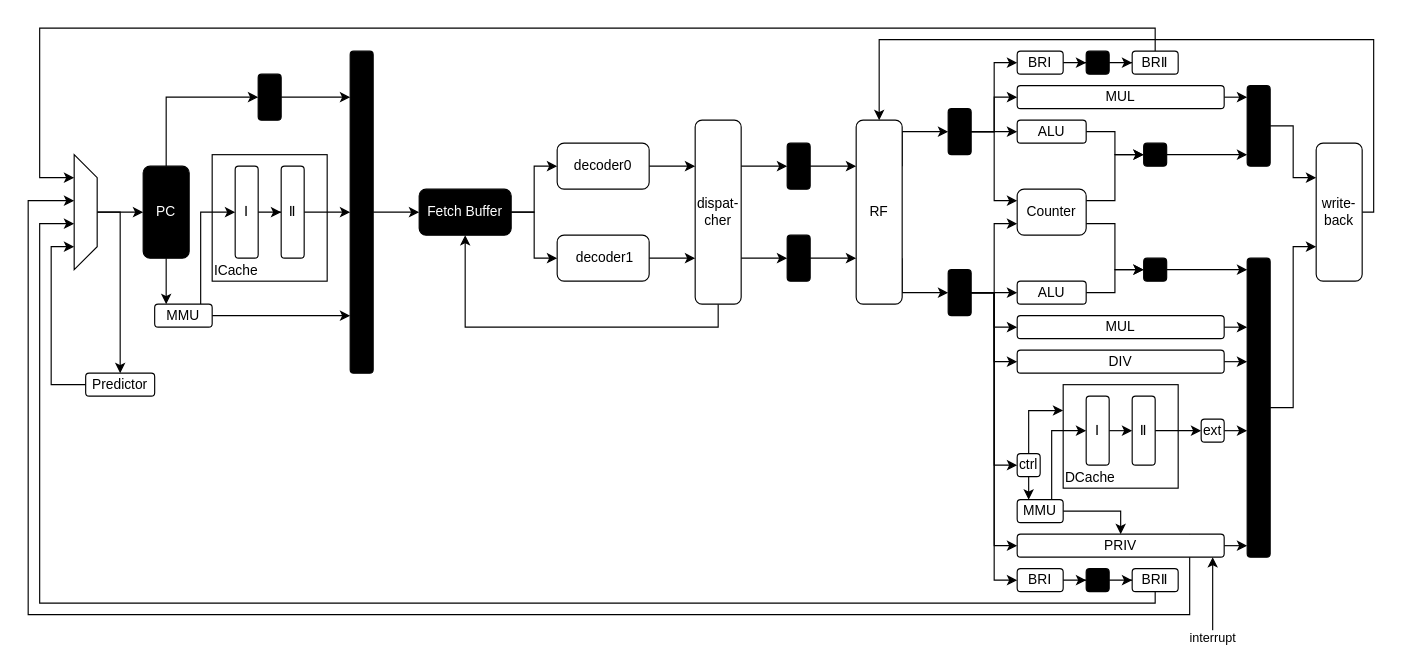
Before: 未命名绘图4.drawio in caochenrui/Draw.io, a draw.io diagram. Source tidied: cells renumbered, new cells numbered last; positions are measured from the earlier drawing's top-left corner, leaving out a move shared by most shapes. Both pictures are drawn from the tidied source at 115%, with x=0, y=0 at pixel (28, 28).
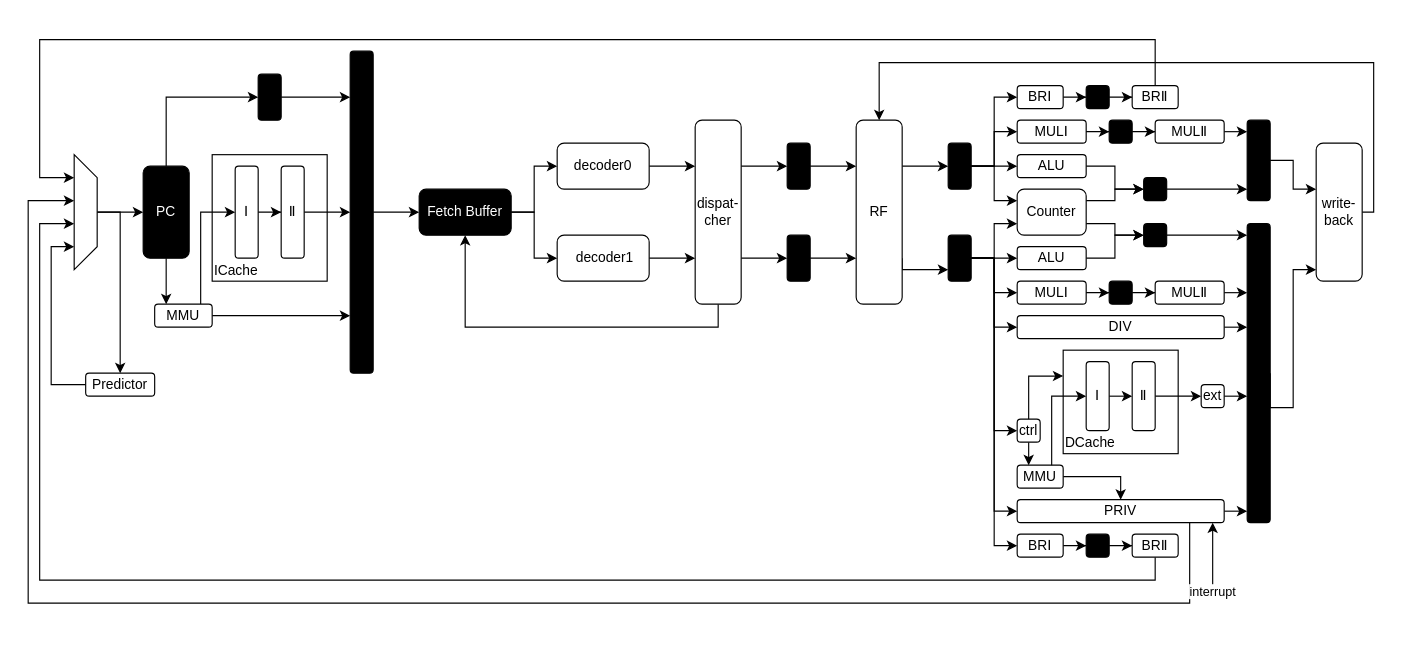
Above is the later version.

Commit message (it also covers changes not shown here):
更新未命名绘图4.drawio

The change refers to these unchanged cells:
```xml
<mxCell id="29" value="RF" style="rounded=1;whiteSpace=wrap;html=1;" parent="1" vertex="1">
  <mxGeometry x="720" y="80" width="40" height="160" as="geometry" />
</mxCell>
<mxCell id="98" value="write-&lt;br&gt;back" style="rounded=1;whiteSpace=wrap;html=1;" parent="1" vertex="1">
  <mxGeometry x="1120" y="100" width="40" height="120" as="geometry" />
</mxCell>
```

Diff of the diagram source:
```diff
@@
     <mxCell id="27" style="edgeStyle=orthogonalEdgeStyle;rounded=0;jettySize=auto;html=1;exitX=1;exitY=0.75;exitDx=0;exitDy=0;" parent="1" edge="1" source="29" target="42">
       <mxGeometry relative="1" as="geometry">
         <Array as="points">
-          <mxPoint x="760" y="230" />
+          <mxPoint x="760" y="210" />
         </Array>
       </mxGeometry>
     </mxCell>
     <mxCell id="28" style="edgeStyle=orthogonalEdgeStyle;rounded=0;jettySize=auto;html=1;exitX=1;exitY=0.25;exitDx=0;exitDy=0;" parent="1" edge="1" source="29" target="34">
       <mxGeometry relative="1" as="geometry">
         <Array as="points">
-          <mxPoint x="760" y="90" />
+          <mxPoint x="790" y="120" />
+          <mxPoint x="790" y="120" />
         </Array>
       </mxGeometry>
     </mxCell>
@@
-    <mxCell id="32" style="edgeStyle=orthogonalEdgeStyle;rounded=0;jettySize=auto;html=1;exitX=1;exitY=0.5;exitDx=0;exitDy=0;entryX=0;entryY=0.5;entryDx=0;entryDy=0;" parent="1" edge="1" source="34" target="52">
+    <mxCell id="32" style="edgeStyle=orthogonalEdgeStyle;rounded=0;jettySize=auto;html=1;exitX=1;exitY=0.5;exitDx=0;exitDy=0;" parent="1" edge="1" source="34" target="109">
       <mxGeometry relative="1" as="geometry" />
     </mxCell>
@@
     <mxCell id="34" style="whiteSpace=wrap;html=1;fillColor=#000000;fontColor=default;rounded=1;" parent="1" vertex="1">
-      <mxGeometry x="800" y="70" width="20" height="40" as="geometry" />
+      <mxGeometry x="800" y="100" width="20" height="40" as="geometry" />
     </mxCell>
@@
     <mxCell id="42" style="whiteSpace=wrap;html=1;fillColor=#000000;fontColor=default;rounded=1;" parent="1" vertex="1">
-      <mxGeometry x="800" y="210" width="20" height="40" as="geometry" />
+      <mxGeometry x="800" y="180" width="20" height="40" as="geometry" />
     </mxCell>
@@
     <mxCell id="44" value="ALU" style="rounded=1;whiteSpace=wrap;html=1;" parent="1" vertex="1">
-      <mxGeometry x="860" y="80" width="60" height="20" as="geometry" />
+      <mxGeometry x="860" y="110" width="60" height="20" as="geometry" />
     </mxCell>
@@
     <mxCell id="46" value="BRⅠ" style="rounded=1;whiteSpace=wrap;html=1;" parent="1" vertex="1">
-      <mxGeometry x="860" y="20" width="40" height="20" as="geometry" />
+      <mxGeometry x="860" y="50" width="40" height="20" as="geometry" />
     </mxCell>
     <mxCell id="47" style="edgeStyle=orthogonalEdgeStyle;rounded=0;jettySize=auto;html=1;exitX=1;exitY=0.5;exitDx=0;exitDy=0;" parent="1" edge="1" source="48">
       <mxGeometry relative="1" as="geometry">
-        <mxPoint x="1060" y="110" as="targetPoint" />
+        <mxPoint x="1060" y="140" as="targetPoint" />
       </mxGeometry>
     </mxCell>
     <mxCell id="48" style="whiteSpace=wrap;html=1;fillColor=#000000;fontColor=default;rounded=1;" parent="1" vertex="1">
-      <mxGeometry x="970" y="100" width="20" height="20" as="geometry" />
+      <mxGeometry x="970" y="130" width="20" height="20" as="geometry" />
     </mxCell>
@@
     <mxCell id="50" style="whiteSpace=wrap;html=1;fillColor=#000000;fontColor=default;rounded=1;" parent="1" vertex="1">
-      <mxGeometry x="920" y="20" width="20" height="20" as="geometry" />
+      <mxGeometry x="920" y="50" width="20" height="20" as="geometry" />
     </mxCell>
-    <mxCell id="51" style="edgeStyle=orthogonalEdgeStyle;rounded=0;jettySize=auto;html=1;exitX=1;exitY=0.5;exitDx=0;exitDy=0;" parent="1" edge="1" source="52">
+    <mxCell id="51" style="edgeStyle=orthogonalEdgeStyle;rounded=0;orthogonalLoop=1;jettySize=auto;html=1;exitX=1;exitY=0.5;exitDx=0;exitDy=0;" parent="1" edge="1">
       <mxGeometry relative="1" as="geometry">
-        <mxPoint x="1060" y="60" as="targetPoint" />
+        <mxPoint x="1040" y="90" as="sourcePoint" />
+        <mxPoint x="1060" y="90" as="targetPoint" />
       </mxGeometry>
     </mxCell>
-    <mxCell id="52" value="MUL" style="rounded=1;whiteSpace=wrap;html=1;" parent="1" vertex="1">
-      <mxGeometry x="860" y="50" width="180" height="20" as="geometry" />
-    </mxCell>
     <mxCell id="53" style="edgeStyle=orthogonalEdgeStyle;rounded=0;jettySize=auto;html=1;exitX=0.5;exitY=0;exitDx=0;exitDy=0;" parent="1" edge="1" source="54">
       <mxGeometry relative="1" as="geometry">
         <mxPoint x="40" y="130" as="targetPoint" />
         <Array as="points">
-          <mxPoint x="980" />
-          <mxPoint x="10" />
+          <mxPoint x="980" y="10" />
+          <mxPoint x="10" y="10" />
           <mxPoint x="10" y="130" />
         </Array>
       </mxGeometry>
     </mxCell>
     <mxCell id="54" value="BRⅡ" style="rounded=1;whiteSpace=wrap;html=1;" parent="1" vertex="1">
-      <mxGeometry x="960" y="20" width="40" height="20" as="geometry" />
+      <mxGeometry x="960" y="50" width="40" height="20" as="geometry" />
     </mxCell>
-    <mxCell id="55" style="edgeStyle=orthogonalEdgeStyle;rounded=0;jettySize=auto;html=1;exitX=1;exitY=0.5;exitDx=0;exitDy=0;entryX=0;entryY=0.25;entryDx=0;entryDy=0;" parent="1" edge="1" source="56" target="98">
-      <mxGeometry relative="1" as="geometry" />
+    <mxCell id="55" style="edgeStyle=orthogonalEdgeStyle;rounded=0;jettySize=auto;html=1;exitX=1;exitY=0.5;exitDx=0;exitDy=0;" parent="1" edge="1" source="56">
+      <mxGeometry relative="1" as="geometry">
+        <mxPoint x="1120" y="140" as="targetPoint" />
+        <Array as="points">
+          <mxPoint x="1100" y="115" />
+          <mxPoint x="1100" y="140" />
+        </Array>
+      </mxGeometry>
     </mxCell>
     <mxCell id="56" style="whiteSpace=wrap;html=1;fillColor=#000000;fontColor=default;rounded=1;" parent="1" vertex="1">
-      <mxGeometry x="1060" y="50" width="20" height="70" as="geometry" />
+      <mxGeometry x="1060" y="80" width="20" height="70" as="geometry" />
     </mxCell>
@@
     <mxCell id="58" value="BRⅠ" style="rounded=1;whiteSpace=wrap;html=1;" parent="1" vertex="1">
-      <mxGeometry x="860" y="470" width="40" height="20" as="geometry" />
+      <mxGeometry x="860" y="440" width="40" height="20" as="geometry" />
     </mxCell>
@@
     <mxCell id="60" style="whiteSpace=wrap;html=1;fillColor=#000000;fontColor=default;rounded=1;" parent="1" vertex="1">
-      <mxGeometry x="920" y="470" width="20" height="20" as="geometry" />
+      <mxGeometry x="920" y="440" width="20" height="20" as="geometry" />
     </mxCell>
     <mxCell id="61" style="edgeStyle=orthogonalEdgeStyle;rounded=0;jettySize=auto;html=1;exitX=0.5;exitY=1;exitDx=0;exitDy=0;" parent="1" edge="1" source="62">
       <mxGeometry relative="1" as="geometry">
         <mxPoint x="40" y="170" as="targetPoint" />
         <Array as="points">
-          <mxPoint x="980" y="500" />
-          <mxPoint x="10" y="500" />
+          <mxPoint x="980" y="480" />
+          <mxPoint x="10" y="480" />
           <mxPoint x="10" y="170" />
-          <mxPoint x="40" y="170" />
         </Array>
       </mxGeometry>
     </mxCell>
     <mxCell id="62" value="BRⅡ" style="rounded=1;whiteSpace=wrap;html=1;" parent="1" vertex="1">
-      <mxGeometry x="960" y="470" width="40" height="20" as="geometry" />
+      <mxGeometry x="960" y="440" width="40" height="20" as="geometry" />
     </mxCell>
-    <mxCell id="63" style="edgeStyle=orthogonalEdgeStyle;rounded=0;jettySize=auto;html=1;exitX=1;exitY=0.5;exitDx=0;exitDy=0;" parent="1" edge="1" source="64">
+    <mxCell id="63" style="edgeStyle=orthogonalEdgeStyle;rounded=0;jettySize=auto;html=1;exitX=1;exitY=0.5;exitDx=0;exitDy=0;" parent="1" edge="1" source="108">
       <mxGeometry relative="1" as="geometry">
-        <mxPoint x="1060" y="260" as="targetPoint" />
+        <mxPoint x="1060" y="230" as="targetPoint" />
       </mxGeometry>
     </mxCell>
-    <mxCell id="64" value="MUL" style="rounded=1;whiteSpace=wrap;html=1;" parent="1" vertex="1">
-      <mxGeometry x="860" y="250" width="180" height="20" as="geometry" />
+    <mxCell id="64" value="MULⅠ" style="rounded=1;whiteSpace=wrap;html=1;" parent="1" vertex="1">
+      <mxGeometry x="860" y="220" width="60" height="20" as="geometry" />
     </mxCell>
     <mxCell id="65" style="edgeStyle=orthogonalEdgeStyle;rounded=0;jettySize=auto;html=1;exitX=1;exitY=0.5;exitDx=0;exitDy=0;" parent="1" edge="1" source="66">
       <mxGeometry relative="1" as="geometry">
-        <mxPoint x="1060" y="289.9" as="targetPoint" />
+        <mxPoint x="1060" y="259.9" as="targetPoint" />
       </mxGeometry>
     </mxCell>
     <mxCell id="66" value="DIV" style="rounded=1;whiteSpace=wrap;html=1;" parent="1" vertex="1">
-      <mxGeometry x="860" y="280" width="180" height="20" as="geometry" />
+      <mxGeometry x="860" y="250" width="180" height="20" as="geometry" />
     </mxCell>
     <mxCell id="67" style="edgeStyle=orthogonalEdgeStyle;rounded=0;jettySize=auto;html=1;exitX=1;exitY=0.5;exitDx=0;exitDy=0;" parent="1" edge="1" source="69">
       <mxGeometry relative="1" as="geometry">
-        <mxPoint x="1060" y="450" as="targetPoint" />
+        <mxPoint x="1060" y="420" as="targetPoint" />
       </mxGeometry>
     </mxCell>
-    <mxCell id="68" style="edgeStyle=orthogonalEdgeStyle;rounded=0;orthogonalLoop=1;jettySize=auto;html=1;" parent="1" edge="1">
+    <mxCell id="68" style="edgeStyle=orthogonalEdgeStyle;rounded=0;jettySize=auto;html=1;" parent="1" edge="1" source="69">
       <mxGeometry relative="1" as="geometry">
-        <mxPoint x="1010" y="440" as="sourcePoint" />
         <mxPoint x="40" y="150" as="targetPoint" />
         <Array as="points">
-          <mxPoint x="1010" y="510" />
-          <mxPoint y="510" />
+          <mxPoint x="1010" y="500" />
+          <mxPoint y="500" />
           <mxPoint y="150" />
         </Array>
       </mxGeometry>
     </mxCell>
     <mxCell id="69" value="PRIV" style="rounded=1;whiteSpace=wrap;html=1;" parent="1" vertex="1">
-      <mxGeometry x="860" y="440" width="180" height="20" as="geometry" />
+      <mxGeometry x="860" y="410" width="180" height="20" as="geometry" />
     </mxCell>
@@
     <mxCell id="71" value="ALU" style="rounded=1;whiteSpace=wrap;html=1;" parent="1" vertex="1">
-      <mxGeometry x="860" y="220" width="60" height="20" as="geometry" />
+      <mxGeometry x="860" y="190" width="60" height="20" as="geometry" />
     </mxCell>
     <mxCell id="72" style="edgeStyle=orthogonalEdgeStyle;rounded=0;jettySize=auto;html=1;exitX=1;exitY=0.5;exitDx=0;exitDy=0;" parent="1" edge="1" source="73">
       <mxGeometry relative="1" as="geometry">
-        <mxPoint x="1060" y="210" as="targetPoint" />
+        <mxPoint x="1060" y="180" as="targetPoint" />
       </mxGeometry>
     </mxCell>
     <mxCell id="73" style="whiteSpace=wrap;html=1;fillColor=#000000;fontColor=default;rounded=1;" parent="1" vertex="1">
-      <mxGeometry x="970" y="200" width="20" height="20" as="geometry" />
+      <mxGeometry x="970" y="170" width="20" height="20" as="geometry" />
     </mxCell>
-    <mxCell id="74" style="edgeStyle=orthogonalEdgeStyle;rounded=0;jettySize=auto;html=1;exitX=1;exitY=0.5;exitDx=0;exitDy=0;entryX=0;entryY=0.75;entryDx=0;entryDy=0;" parent="1" edge="1" source="75" target="98">
-      <mxGeometry relative="1" as="geometry" />
+    <mxCell id="74" style="edgeStyle=orthogonalEdgeStyle;rounded=0;jettySize=auto;html=1;exitX=1;exitY=0.5;exitDx=0;exitDy=0;" parent="1" edge="1" source="75" target="98">
+      <mxGeometry relative="1" as="geometry">
+        <Array as="points">
+          <mxPoint x="1100" y="330" />
+          <mxPoint x="1100" y="210" />
+        </Array>
+      </mxGeometry>
     </mxCell>
     <mxCell id="75" style="whiteSpace=wrap;html=1;fillColor=#000000;fontColor=default;rounded=1;" parent="1" vertex="1">
-      <mxGeometry x="1060" y="200" width="20" height="260" as="geometry" />
+      <mxGeometry x="1060" y="170" width="20" height="260" as="geometry" />
     </mxCell>
@@
     <mxCell id="79" value="DCache" style="rounded=0;whiteSpace=wrap;html=1;labelPosition=center;verticalLabelPosition=middle;align=left;verticalAlign=bottom;fillColor=none;" parent="1" vertex="1">
-      <mxGeometry x="900" y="310" width="100" height="90" as="geometry" />
+      <mxGeometry x="900" y="280" width="100" height="90" as="geometry" />
     </mxCell>
     <mxCell id="80" style="edgeStyle=orthogonalEdgeStyle;rounded=0;jettySize=auto;html=1;exitX=1;exitY=0.25;exitDx=0;exitDy=0;entryX=0;entryY=0.5;entryDx=0;entryDy=0;" parent="1" edge="1" source="82" target="94">
       <mxGeometry relative="1" as="geometry">
         <Array as="points">
-          <mxPoint x="890" y="415" />
-          <mxPoint x="890" y="350" />
+          <mxPoint x="890" y="385" />
+          <mxPoint x="890" y="320" />
         </Array>
       </mxGeometry>
     </mxCell>
     <mxCell id="81" style="edgeStyle=orthogonalEdgeStyle;rounded=0;jettySize=auto;html=1;entryX=0.5;entryY=0;entryDx=0;entryDy=0;" parent="1" edge="1" source="82" target="69">
       <mxGeometry relative="1" as="geometry">
         <Array as="points">
-          <mxPoint x="950" y="420" />
+          <mxPoint x="950" y="390" />
         </Array>
       </mxGeometry>
     </mxCell>
     <mxCell id="82" value="MMU" style="rounded=1;whiteSpace=wrap;html=1;" parent="1" vertex="1">
-      <mxGeometry x="860" y="410" width="40" height="20" as="geometry" />
+      <mxGeometry x="860" y="380" width="40" height="20" as="geometry" />
     </mxCell>
     <mxCell id="83" style="edgeStyle=orthogonalEdgeStyle;rounded=0;jettySize=auto;html=1;exitX=0.5;exitY=1;exitDx=0;exitDy=0;" parent="1" edge="1" source="85" target="82">
       <mxGeometry relative="1" as="geometry">
         <Array as="points">
-          <mxPoint x="870" y="400" />
-          <mxPoint x="870" y="400" />
+          <mxPoint x="870" y="370" />
+          <mxPoint x="870" y="370" />
         </Array>
       </mxGeometry>
     </mxCell>
@@
     <mxCell id="85" value="ctrl" style="rounded=1;whiteSpace=wrap;html=1;labelPosition=center;verticalLabelPosition=middle;align=center;verticalAlign=middle;" parent="1" vertex="1">
-      <mxGeometry x="860" y="370" width="20" height="20" as="geometry" />
+      <mxGeometry x="860" y="340" width="20" height="20" as="geometry" />
     </mxCell>
@@
     <mxCell id="88" style="edgeStyle=orthogonalEdgeStyle;rounded=0;jettySize=auto;html=1;exitX=1;exitY=0.5;exitDx=0;exitDy=0;" parent="1" edge="1" source="89">
       <mxGeometry relative="1" as="geometry">
-        <mxPoint x="1060" y="350" as="targetPoint" />
+        <mxPoint x="1060" y="320" as="targetPoint" />
       </mxGeometry>
     </mxCell>
     <mxCell id="89" value="ext" style="rounded=1;whiteSpace=wrap;html=1;labelPosition=center;verticalLabelPosition=middle;align=center;verticalAlign=middle;" parent="1" vertex="1">
-      <mxGeometry x="1020" y="340" width="20" height="20" as="geometry" />
+      <mxGeometry x="1020" y="310" width="20" height="20" as="geometry" />
     </mxCell>
@@
     <mxCell id="94" value="Ⅰ" style="rounded=1;whiteSpace=wrap;html=1;" parent="1" vertex="1">
-      <mxGeometry x="920" y="320" width="20" height="60" as="geometry" />
+      <mxGeometry x="920" y="290" width="20" height="60" as="geometry" />
     </mxCell>
@@
     <mxCell id="96" value="Ⅱ" style="rounded=1;whiteSpace=wrap;html=1;" parent="1" vertex="1">
-      <mxGeometry x="960" y="320" width="20" height="60" as="geometry" />
+      <mxGeometry x="960" y="290" width="20" height="60" as="geometry" />
     </mxCell>
     <mxCell id="97" style="edgeStyle=orthogonalEdgeStyle;rounded=0;jettySize=auto;html=1;exitX=1;exitY=0.5;exitDx=0;exitDy=0;" parent="1" edge="1" source="98" target="29">
       <mxGeometry relative="1" as="geometry">
         <Array as="points">
           <mxPoint x="1170" y="160" />
-          <mxPoint x="1170" y="10" />
-          <mxPoint x="740" y="10" />
+          <mxPoint x="1170" y="30" />
+          <mxPoint x="740" y="30" />
         </Array>
       </mxGeometry>
     </mxCell>
@@
     <mxCell id="99" value="interrupt" style="endArrow=classic;html=1;rounded=0;" parent="1" edge="1">
       <mxGeometry x="-1" relative="1" as="geometry">
-        <mxPoint x="1030" y="530" as="sourcePoint" />
-        <mxPoint x="1030" y="460" as="targetPoint" />
+        <mxPoint x="1030" y="490" as="sourcePoint" />
+        <mxPoint x="1030" y="430" as="targetPoint" />
       </mxGeometry>
     </mxCell>
@@
+    <mxCell id="105" style="edgeStyle=orthogonalEdgeStyle;rounded=0;jettySize=auto;html=1;exitX=1;exitY=0.5;exitDx=0;exitDy=0;" parent="1" edge="1" source="64" target="106">
+      <mxGeometry relative="1" as="geometry" />
+    </mxCell>
+    <mxCell id="106" style="whiteSpace=wrap;html=1;fillColor=#000000;fontColor=default;rounded=1;" parent="1" vertex="1">
+      <mxGeometry x="940" y="220" width="20" height="20" as="geometry" />
+    </mxCell>
+    <mxCell id="107" style="edgeStyle=orthogonalEdgeStyle;rounded=0;jettySize=auto;html=1;exitX=1;exitY=0.5;exitDx=0;exitDy=0;" parent="1" edge="1" source="106" target="108">
+      <mxGeometry relative="1" as="geometry" />
+    </mxCell>
+    <mxCell id="108" value="MULⅡ" style="rounded=1;whiteSpace=wrap;html=1;" parent="1" vertex="1">
+      <mxGeometry x="980" y="220" width="60" height="20" as="geometry" />
+    </mxCell>
+    <mxCell id="109" value="MULⅠ" style="rounded=1;whiteSpace=wrap;html=1;" parent="1" vertex="1">
+      <mxGeometry x="860" y="80" width="60" height="20" as="geometry" />
+    </mxCell>
+    <mxCell id="110" style="edgeStyle=orthogonalEdgeStyle;rounded=0;jettySize=auto;html=1;exitX=1;exitY=0.5;exitDx=0;exitDy=0;" parent="1" edge="1" source="109" target="111">
+      <mxGeometry relative="1" as="geometry" />
+    </mxCell>
+    <mxCell id="111" style="whiteSpace=wrap;html=1;fillColor=#000000;fontColor=default;rounded=1;" parent="1" vertex="1">
+      <mxGeometry x="940" y="80" width="20" height="20" as="geometry" />
+    </mxCell>
+    <mxCell id="112" style="edgeStyle=orthogonalEdgeStyle;rounded=0;jettySize=auto;html=1;exitX=1;exitY=0.5;exitDx=0;exitDy=0;" parent="1" edge="1" source="111" target="113">
+      <mxGeometry relative="1" as="geometry" />
+    </mxCell>
+    <mxCell id="113" value="MULⅡ" style="rounded=1;whiteSpace=wrap;html=1;" parent="1" vertex="1">
+      <mxGeometry x="980" y="80" width="60" height="20" as="geometry" />
+    </mxCell>
```
